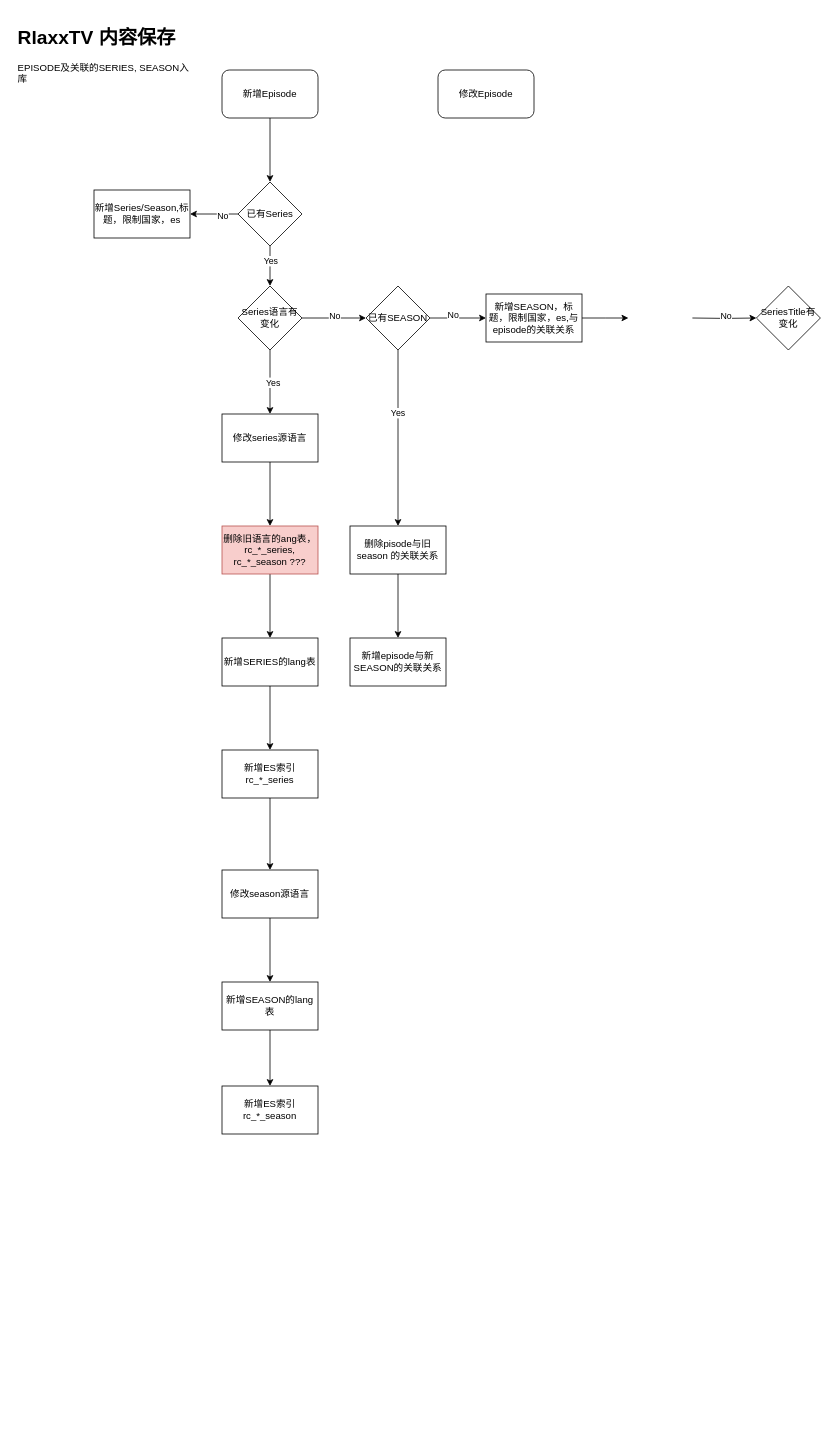
Earlier version of the draw.io diagram update/RlaxxTV内容保存.drawio (stevezhouht/baiduCDP). Source tidied: cells renumbered, new cells numbered last; positions are measured from the earlier drawing's top-left corner, leaving out a move shared by most shapes. Both pictures are drawn from the tidied source at 80%, with x=0, y=0 at pixel (14, 22).
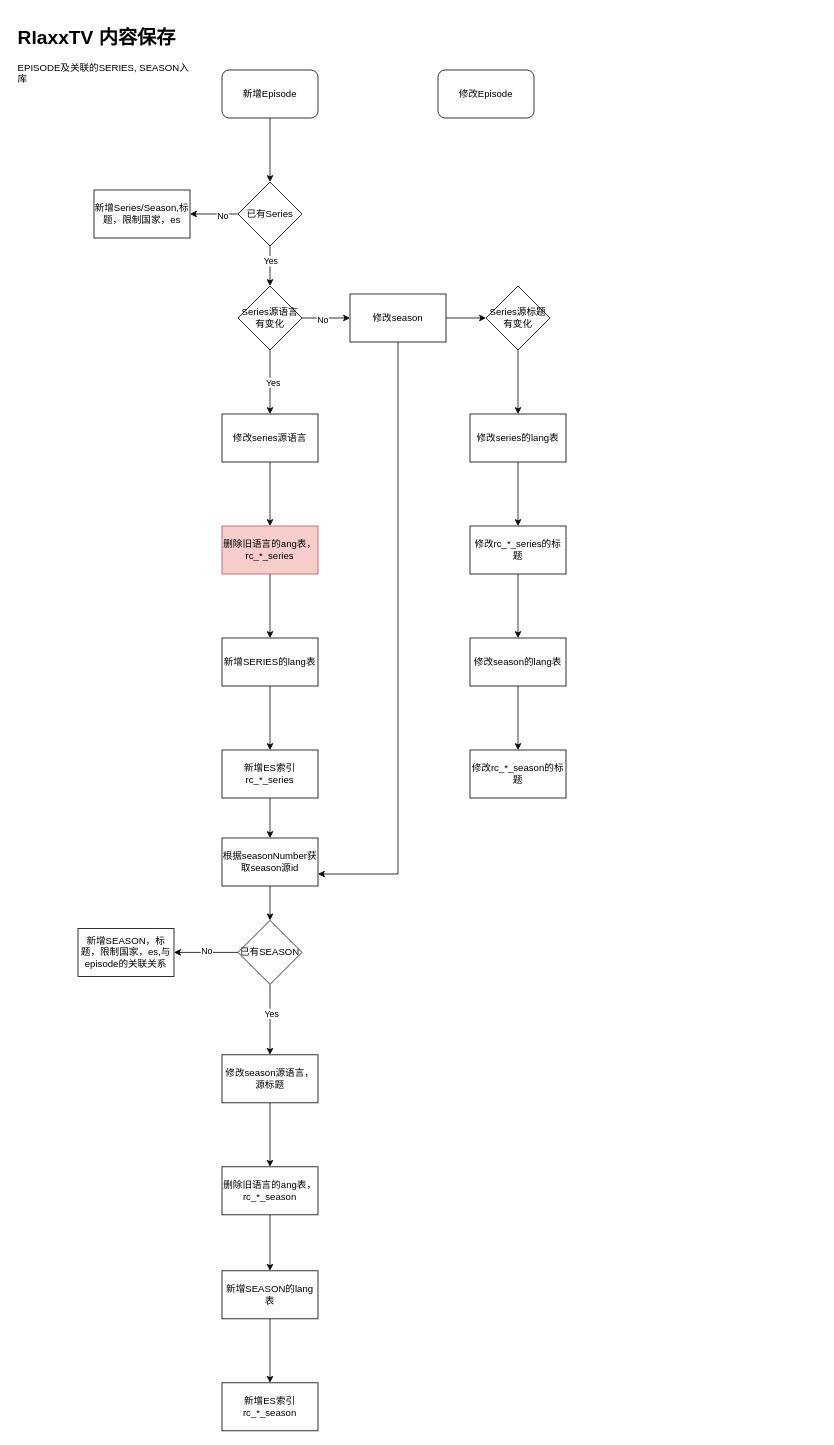
After the change.

Commit message (it also covers changes not shown here):
更新RlaxxTV内容保存.drawio

The change refers to these unchanged cells:
```xml
<mxCell id="24" value="新增ES索引rc_*_series" style="whiteSpace=wrap;html=1;" parent="1" vertex="1">
  <mxGeometry x="260" y="910" width="120" height="60" as="geometry" />
</mxCell>
<mxCell id="32" style="edgeStyle=orthogonalEdgeStyle;rounded=0;jettySize=auto;html=1;" parent="1" edge="1" source="34" target="42">
  <mxGeometry relative="1" as="geometry" />
</mxCell>
```

Diff of the diagram source:
```diff
@@
-    <mxCell id="14" style="edgeStyle=orthogonalEdgeStyle;rounded=0;jettySize=auto;html=1;" parent="1" edge="1" source="16">
-      <mxGeometry relative="1" as="geometry">
-        <mxPoint x="440" y="370" as="targetPoint" />
-      </mxGeometry>
-    </mxCell>
-    <mxCell id="15" value="No" style="edgeLabel;html=1;align=center;verticalAlign=middle;" parent="14" vertex="1">
-      <mxGeometry x="0.03" y="3" relative="1" as="geometry" />
-    </mxCell>
+    <mxCell id="43" style="edgeStyle=orthogonalEdgeStyle;rounded=0;jettySize=auto;html=1;" parent="1" edge="1" source="16" target="54">
+      <mxGeometry relative="1" as="geometry" />
+    </mxCell>
+    <mxCell id="44" value="No" style="edgeLabel;html=1;align=center;verticalAlign=middle;" parent="43" vertex="1">
+      <mxGeometry x="-0.17" y="-2" relative="1" as="geometry" />
+    </mxCell>
-    <mxCell id="16" value="Series语言有变化" style="rhombus;whiteSpace=wrap;html=1;" parent="1" vertex="1">
+    <mxCell id="16" value="Series源语言有变化" style="rhombus;whiteSpace=wrap;html=1;" parent="1" vertex="1">
       <mxGeometry x="280" y="330" width="80" height="80" as="geometry" />
     </mxCell>
@@
-    <mxCell id="20" value="删除旧语言的ang表，rc_*_series, rc_*_season ???" style="whiteSpace=wrap;html=1;fillColor=#f8cecc;strokeColor=#b85450;" parent="1" vertex="1">
+    <mxCell id="20" value="删除旧语言的ang表，rc_*_series" style="whiteSpace=wrap;html=1;fillColor=#f8cecc;strokeColor=#b85450;" parent="1" vertex="1">
       <mxGeometry x="260" y="630" width="120" height="60" as="geometry" />
     </mxCell>
@@
-    <mxCell id="23" style="edgeStyle=orthogonalEdgeStyle;rounded=0;jettySize=auto;html=1;" parent="1" edge="1" source="24" target="26">
-      <mxGeometry relative="1" as="geometry" />
-    </mxCell>
+    <mxCell id="45" style="edgeStyle=orthogonalEdgeStyle;rounded=0;jettySize=auto;html=1;" parent="1" edge="1" source="24" target="51">
+      <mxGeometry relative="1" as="geometry" />
+    </mxCell>
@@
-    <mxCell id="26" value="修改season源语言" style="whiteSpace=wrap;html=1;" parent="1" vertex="1">
-      <mxGeometry x="260" y="1060" width="120" height="60" as="geometry" />
+    <mxCell id="26" value="修改season源语言，源标题" style="whiteSpace=wrap;html=1;" parent="1" vertex="1">
+      <mxGeometry x="260" y="1291" width="120" height="60" as="geometry" />
     </mxCell>
@@
-    <mxCell id="28" value="新增SEASON的lang表" style="whiteSpace=wrap;html=1;" parent="1" vertex="1">
-      <mxGeometry x="260" y="1200" width="120" height="60" as="geometry" />
+    <mxCell id="28" value="删除旧语言的ang表，rc_*_season" style="whiteSpace=wrap;html=1;" parent="1" vertex="1">
+      <mxGeometry x="260" y="1431" width="120" height="60" as="geometry" />
     </mxCell>
+    <mxCell id="46" style="edgeStyle=orthogonalEdgeStyle;rounded=0;jettySize=auto;html=1;" parent="1" edge="1" source="29" target="49">
+      <mxGeometry relative="1" as="geometry" />
+    </mxCell>
-    <mxCell id="29" value="新增ES索引rc_*_season" style="whiteSpace=wrap;html=1;" parent="1" vertex="1">
-      <mxGeometry x="260" y="1330" width="120" height="60" as="geometry" />
+    <mxCell id="29" value="新增SEASON的lang表" style="whiteSpace=wrap;html=1;" parent="1" vertex="1">
+      <mxGeometry x="260" y="1561" width="120" height="60" as="geometry" />
     </mxCell>
-    <mxCell id="30" style="edgeStyle=orthogonalEdgeStyle;rounded=0;jettySize=auto;html=1;" parent="1" edge="1" source="34" target="39">
-      <mxGeometry relative="1" as="geometry" />
-    </mxCell>
+    <mxCell id="47" style="edgeStyle=orthogonalEdgeStyle;rounded=0;jettySize=auto;html=1;" parent="1" edge="1" source="34" target="26">
+      <mxGeometry relative="1" as="geometry" />
+    </mxCell>
-    <mxCell id="31" value="Yes" style="edgeLabel;html=1;align=center;verticalAlign=middle;" parent="30" vertex="1">
-      <mxGeometry x="-0.29" y="-1" relative="1" as="geometry" />
+    <mxCell id="31" value="Yes" style="edgeLabel;html=1;align=center;verticalAlign=middle;" parent="47" vertex="1">
+      <mxGeometry x="-0.18" y="1" relative="1" as="geometry" />
     </mxCell>
@@
-    <mxCell id="33" value="No" style="edgeLabel;html=1;align=center;verticalAlign=middle;" parent="32" vertex="1">
-      <mxGeometry x="-0.2" y="4" relative="1" as="geometry" />
-    </mxCell>
+    <mxCell id="48" value="No" style="edgeLabel;html=1;align=center;verticalAlign=middle;" parent="32" vertex="1">
+      <mxGeometry y="-3" relative="1" as="geometry" />
+    </mxCell>
     <mxCell id="34" value="已有SEASON" style="rhombus;whiteSpace=wrap;html=1;" parent="1" vertex="1">
-      <mxGeometry x="440" y="330" width="80" height="80" as="geometry" />
+      <mxGeometry x="280" y="1123" width="80" height="80" as="geometry" />
     </mxCell>
-    <mxCell id="35" style="edgeStyle=orthogonalEdgeStyle;rounded=0;jettySize=auto;html=1;" parent="1" edge="1" target="37">
-      <mxGeometry relative="1" as="geometry">
-        <mxPoint x="848" y="370" as="sourcePoint" />
-      </mxGeometry>
-    </mxCell>
-    <mxCell id="36" value="No" style="edgeLabel;html=1;align=center;verticalAlign=middle;" parent="35" vertex="1">
-      <mxGeometry x="0.05" y="3" relative="1" as="geometry" />
-    </mxCell>
-    <mxCell id="37" value="SeriesTitle有变化" style="rhombus;whiteSpace=wrap;html=1;" parent="1" vertex="1">
-      <mxGeometry x="928" y="330" width="80" height="80" as="geometry" />
-    </mxCell>
-    <mxCell id="38" style="edgeStyle=orthogonalEdgeStyle;rounded=0;jettySize=auto;html=1;" parent="1" edge="1" source="39" target="40">
-      <mxGeometry relative="1" as="geometry" />
-    </mxCell>
-    <mxCell id="39" value="删除pisode与旧season 的关联关系" style="whiteSpace=wrap;html=1;" parent="1" vertex="1">
-      <mxGeometry x="420" y="630" width="120" height="60" as="geometry" />
-    </mxCell>
-    <mxCell id="40" value="新增episode与新SEASON的关联关系" style="whiteSpace=wrap;html=1;" parent="1" vertex="1">
-      <mxGeometry x="420" y="770" width="120" height="60" as="geometry" />
-    </mxCell>
-    <mxCell id="41" style="edgeStyle=orthogonalEdgeStyle;rounded=0;jettySize=auto;html=1;" parent="1" edge="1" source="42">
-      <mxGeometry relative="1" as="geometry">
-        <mxPoint x="768" y="370" as="targetPoint" />
-      </mxGeometry>
-    </mxCell>
     <mxCell id="42" value="新增SEASON，标题，限制国家，es,与episode的关联关系" style="whiteSpace=wrap;html=1;" parent="1" vertex="1">
-      <mxGeometry x="590" y="340" width="120" height="60" as="geometry" />
+      <mxGeometry x="80" y="1133" width="120" height="60" as="geometry" />
     </mxCell>
+    <mxCell id="49" value="新增ES索引rc_*_season" style="whiteSpace=wrap;html=1;" parent="1" vertex="1">
+      <mxGeometry x="260" y="1701" width="120" height="60" as="geometry" />
+    </mxCell>
+    <mxCell id="50" style="edgeStyle=orthogonalEdgeStyle;rounded=0;jettySize=auto;html=1;" parent="1" edge="1" source="51" target="34">
+      <mxGeometry relative="1" as="geometry" />
+    </mxCell>
+    <mxCell id="51" value="根据seasonNumber获取season源id" style="rounded=0;whiteSpace=wrap;html=1;" parent="1" vertex="1">
+      <mxGeometry x="260" y="1020" width="120" height="60" as="geometry" />
+    </mxCell>
+    <mxCell id="52" style="edgeStyle=orthogonalEdgeStyle;rounded=0;jettySize=auto;html=1;entryX=1;entryY=0.75;entryDx=0;entryDy=0;" parent="1" edge="1" source="54" target="51">
+      <mxGeometry relative="1" as="geometry">
+        <Array as="points">
+          <mxPoint x="480" y="1065" />
+        </Array>
+      </mxGeometry>
+    </mxCell>
+    <mxCell id="53" style="edgeStyle=orthogonalEdgeStyle;rounded=0;jettySize=auto;html=1;" parent="1" edge="1" source="54" target="56">
+      <mxGeometry relative="1" as="geometry" />
+    </mxCell>
+    <mxCell id="54" value="修改season" style="whiteSpace=wrap;html=1;" parent="1" vertex="1">
+      <mxGeometry x="420" y="340" width="120" height="60" as="geometry" />
+    </mxCell>
+    <mxCell id="55" style="edgeStyle=orthogonalEdgeStyle;rounded=0;jettySize=auto;html=1;" parent="1" edge="1" source="56" target="58">
+      <mxGeometry relative="1" as="geometry" />
+    </mxCell>
+    <mxCell id="56" value="Series源标题有变化" style="rhombus;whiteSpace=wrap;html=1;" parent="1" vertex="1">
+      <mxGeometry x="590" y="330" width="80" height="80" as="geometry" />
+    </mxCell>
+    <mxCell id="57" style="edgeStyle=orthogonalEdgeStyle;rounded=0;jettySize=auto;html=1;" parent="1" edge="1" source="58" target="60">
+      <mxGeometry relative="1" as="geometry" />
+    </mxCell>
+    <mxCell id="58" value="修改series的lang表" style="whiteSpace=wrap;html=1;" parent="1" vertex="1">
+      <mxGeometry x="570" y="490" width="120" height="60" as="geometry" />
+    </mxCell>
+    <mxCell id="59" style="edgeStyle=orthogonalEdgeStyle;rounded=0;jettySize=auto;html=1;" parent="1" edge="1" source="60" target="62">
+      <mxGeometry relative="1" as="geometry" />
+    </mxCell>
+    <mxCell id="60" value="修改rc_*_series的标题" style="whiteSpace=wrap;html=1;" parent="1" vertex="1">
+      <mxGeometry x="570" y="630" width="120" height="60" as="geometry" />
+    </mxCell>
+    <mxCell id="61" style="edgeStyle=orthogonalEdgeStyle;rounded=0;jettySize=auto;html=1;" parent="1" edge="1" source="62" target="63">
+      <mxGeometry relative="1" as="geometry" />
+    </mxCell>
+    <mxCell id="62" value="修改season的lang表" style="whiteSpace=wrap;html=1;" parent="1" vertex="1">
+      <mxGeometry x="570" y="770" width="120" height="60" as="geometry" />
+    </mxCell>
+    <mxCell id="63" value="修改rc_*_season的标题" style="whiteSpace=wrap;html=1;" parent="1" vertex="1">
+      <mxGeometry x="570" y="910" width="120" height="60" as="geometry" />
+    </mxCell>
```
